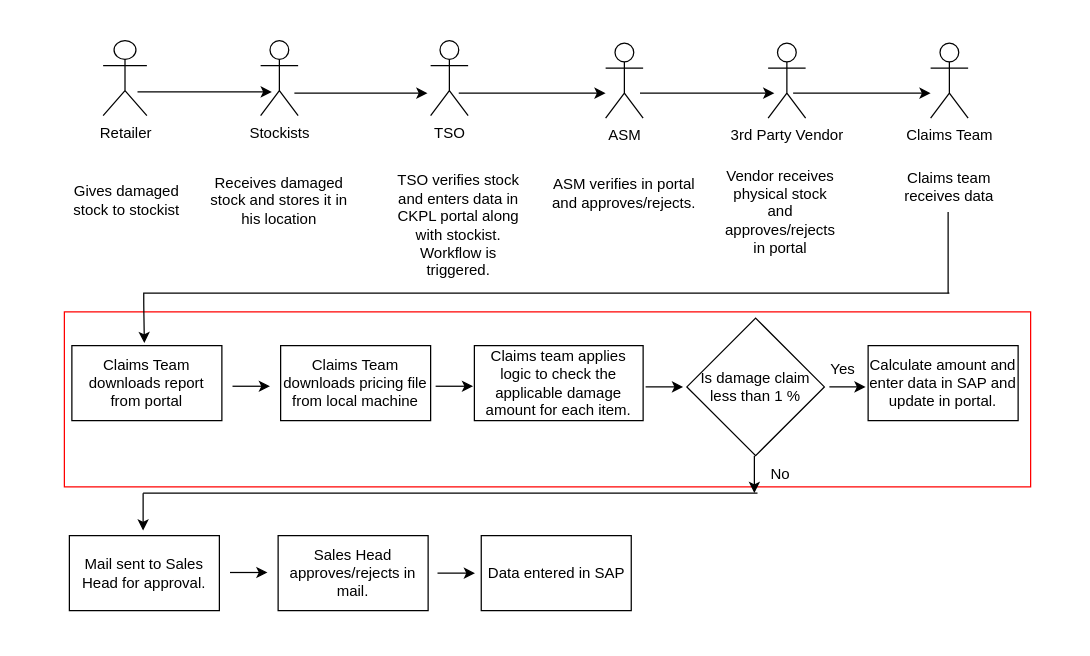
Earlier version of the draw.io diagram images/Untitled Diagram.drawio (ashwinkumarcbe/hello-world). Source tidied: cells renumbered, new cells numbered last; positions are measured from the earlier drawing's top-left corner, leaving out a move shared by most shapes. Both pictures are drawn from the tidied source at 125%, with x=0, y=0 at pixel (64, 40).
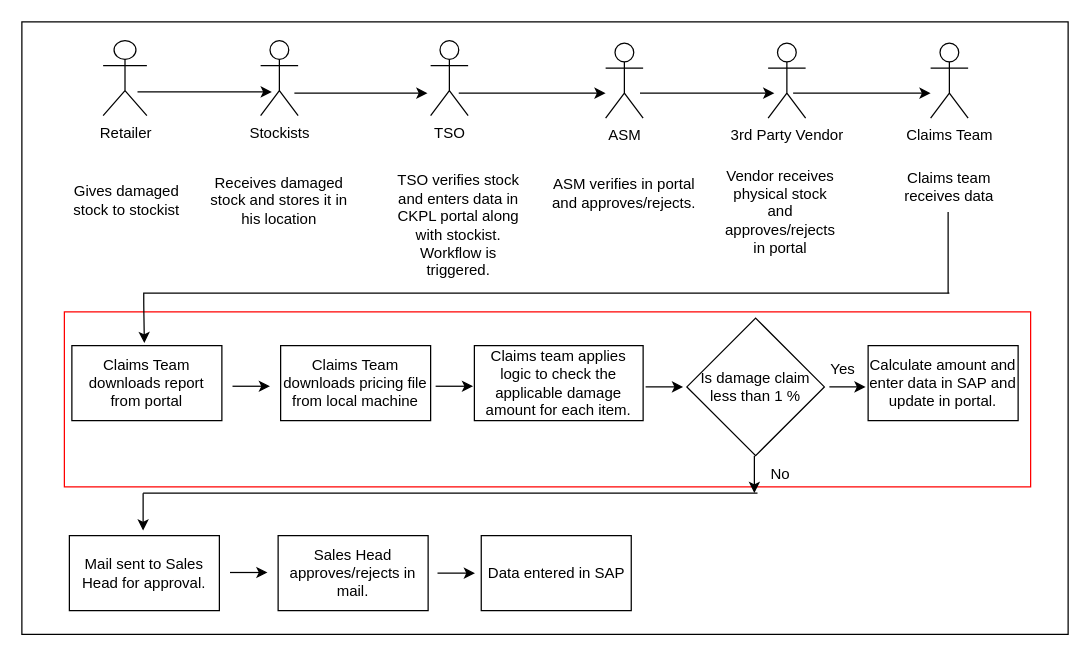
The same diagram, later.

Commit message:
Damages Business Flow Process

Change to the diagram source:
```diff
@@
+    <mxCell id="42" style="rounded=0;whiteSpace=wrap;html=1;strokeColor=#000000;" parent="1" vertex="1">
+      <mxGeometry x="-34" y="-15" width="837" height="490" as="geometry" />
+    </mxCell>
```
